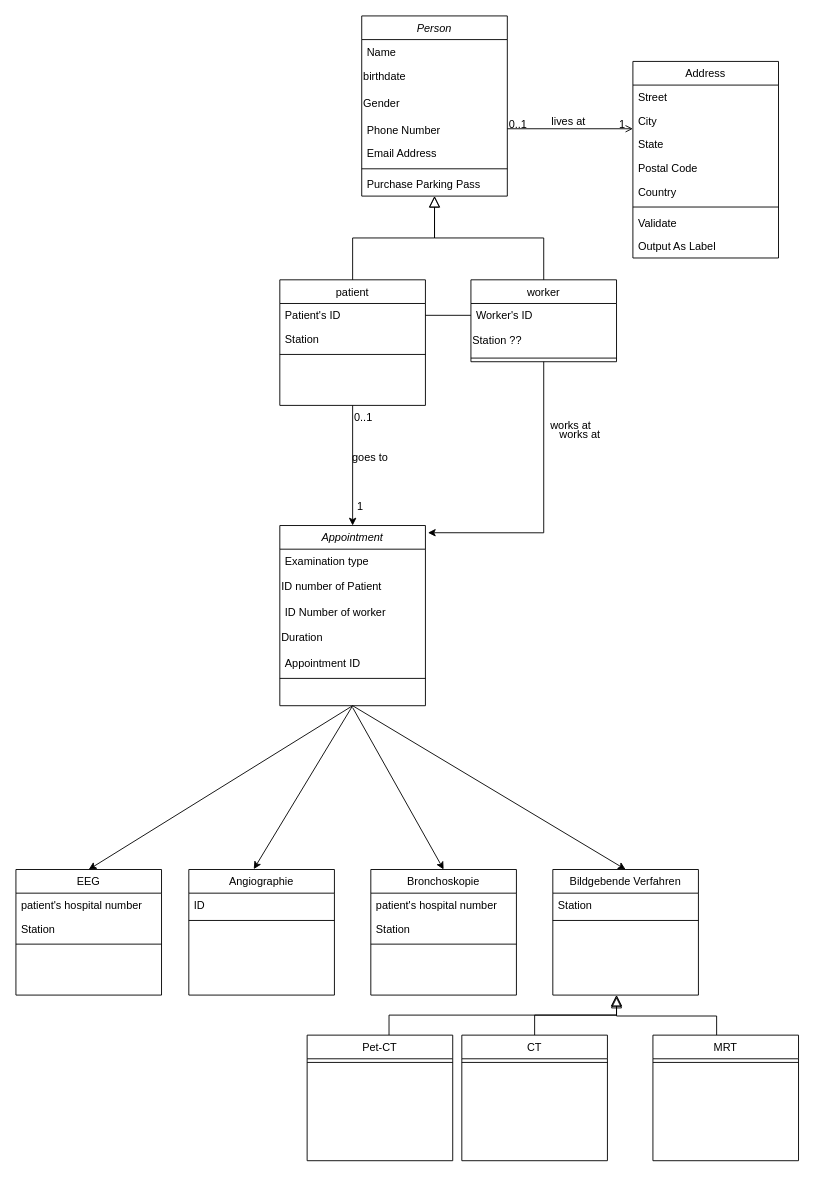
The draw.io diagram diagrams/medic_care_gps.drawio in SandrAdora/Medic_care_GPS, before the edit. Source tidied: cells renumbered, new cells numbered last; positions are measured from the earlier drawing's top-left corner, leaving out a move shared by most shapes. Both pictures are drawn from the tidied source at 91%, with x=0, y=0 at pixel (15, 15).
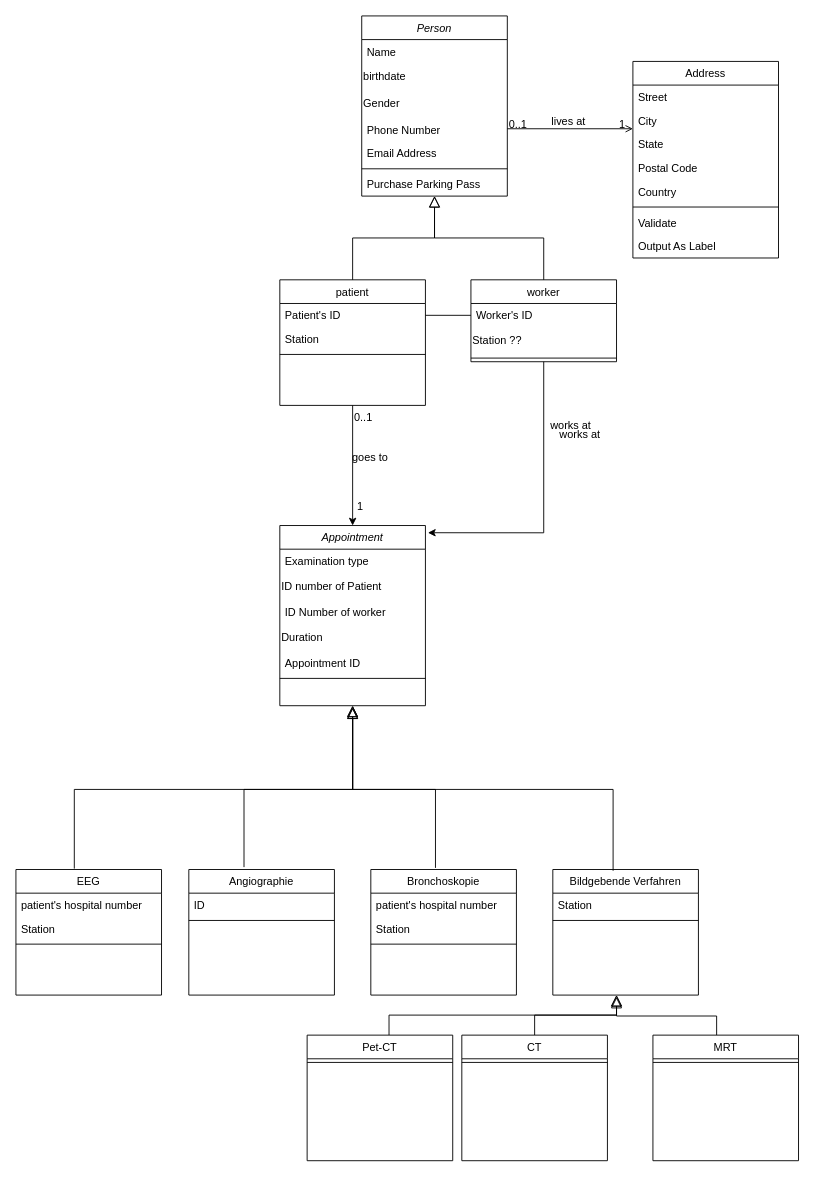
After the change.

Commit message:
created class diagram

The change refers to these unchanged cells:
```xml
<mxCell id="34" value="Appointment" style="swimlane;fontStyle=2;align=center;verticalAlign=top;horizontal=1;startSize=26;rounded=0;shadow=0;strokeWidth=1;" parent="1" vertex="1">
  <mxGeometry x="290" y="560" width="160" height="198" as="geometry" />
</mxCell>
<mxCell id="45" value="Angiographie" style="swimlane;fontStyle=0;align=center;verticalAlign=top;horizontal=1;startSize=26;rounded=0;shadow=0;strokeWidth=1;" parent="1" vertex="1">
  <mxGeometry x="190" y="938" width="160" height="138" as="geometry" />
</mxCell>
<mxCell id="48" value="Bronchoskopie" style="swimlane;fontStyle=0;align=center;verticalAlign=top;horizontal=1;startSize=26;rounded=0;shadow=0;strokeWidth=1;" parent="1" vertex="1">
  <mxGeometry x="390" y="938" width="160" height="138" as="geometry" />
</mxCell>
<mxCell id="52" value="Bildgebende Verfahren" style="swimlane;fontStyle=0;align=center;verticalAlign=top;horizontal=1;startSize=26;rounded=0;shadow=0;strokeWidth=1;" parent="1" vertex="1">
  <mxGeometry x="590" y="938" width="160" height="138" as="geometry" />
</mxCell>
<mxCell id="55" value="EEG" style="swimlane;fontStyle=0;align=center;verticalAlign=top;horizontal=1;startSize=26;rounded=0;shadow=0;strokeWidth=1;" parent="1" vertex="1">
  <mxGeometry y="938" width="160" height="138" as="geometry" />
</mxCell>
```

The edit, as a diff of the source:
```diff
@@
-    <mxCell id="60" style="endArrow=classic;html=1;rounded=0;exitX=0.5;exitY=1;exitDx=0;exitDy=0;entryX=0.5;entryY=0;entryDx=0;entryDy=0;" parent="1" edge="1" source="34" target="55">
-      <mxGeometry relative="1" as="geometry" />
-    </mxCell>
-    <mxCell id="61" style="endArrow=classic;html=1;rounded=0;exitX=0.5;exitY=1;exitDx=0;exitDy=0;entryX=0.446;entryY=-0.003;entryDx=0;entryDy=0;entryPerimeter=0;" parent="1" edge="1" source="34" target="45">
-      <mxGeometry relative="1" as="geometry" />
-    </mxCell>
-    <mxCell id="62" style="endArrow=classic;html=1;rounded=0;entryX=0.5;entryY=0;entryDx=0;entryDy=0;" parent="1" edge="1" target="48">
-      <mxGeometry relative="1" as="geometry">
-        <mxPoint x="370" y="760" as="sourcePoint" />
-      </mxGeometry>
-    </mxCell>
-    <mxCell id="63" style="endArrow=classic;html=1;rounded=0;exitX=0.5;exitY=1;exitDx=0;exitDy=0;entryX=0.5;entryY=0;entryDx=0;entryDy=0;" parent="1" edge="1" source="34" target="52">
-      <mxGeometry relative="1" as="geometry" />
-    </mxCell>
@@
+    <mxCell id="75" style="endArrow=block;endSize=10;endFill=0;shadow=0;strokeWidth=1;rounded=0;curved=0;edgeStyle=elbowEdgeStyle;elbow=vertical;entryX=0.5;entryY=1;entryDx=0;entryDy=0;exitX=0.401;exitY=-0.007;exitDx=0;exitDy=0;exitPerimeter=0;" parent="1" edge="1" source="55" target="34">
+      <mxGeometry relative="1" as="geometry">
+        <Array as="points">
+          <mxPoint x="220" y="850" />
+        </Array>
+      </mxGeometry>
+    </mxCell>
+    <mxCell id="76" style="endArrow=block;endSize=10;endFill=0;shadow=0;strokeWidth=1;rounded=0;curved=0;edgeStyle=elbowEdgeStyle;elbow=vertical;exitX=0.379;exitY=-0.019;exitDx=0;exitDy=0;exitPerimeter=0;" parent="1" edge="1" source="45">
+      <mxGeometry relative="1" as="geometry">
+        <mxPoint x="370" y="760" as="targetPoint" />
+        <Array as="points">
+          <mxPoint x="310" y="850" />
+          <mxPoint x="251" y="850" />
+          <mxPoint x="310" y="850" />
+        </Array>
+      </mxGeometry>
+    </mxCell>
+    <mxCell id="77" style="endArrow=block;endSize=10;endFill=0;shadow=0;strokeWidth=1;rounded=0;curved=0;edgeStyle=elbowEdgeStyle;elbow=vertical;exitX=0.444;exitY=-0.013;exitDx=0;exitDy=0;exitPerimeter=0;entryX=0.5;entryY=1;entryDx=0;entryDy=0;" parent="1" edge="1" source="48" target="34">
+      <mxGeometry relative="1" as="geometry">
+        <Array as="points">
+          <mxPoint x="420" y="850" />
+        </Array>
+      </mxGeometry>
+    </mxCell>
+    <mxCell id="78" style="endArrow=block;endSize=10;endFill=0;shadow=0;strokeWidth=1;rounded=0;curved=0;edgeStyle=elbowEdgeStyle;elbow=vertical;exitX=0.414;exitY=0.01;exitDx=0;exitDy=0;exitPerimeter=0;" parent="1" edge="1" source="52">
+      <mxGeometry relative="1" as="geometry">
+        <mxPoint x="370" y="760" as="targetPoint" />
+        <Array as="points">
+          <mxPoint x="510" y="850" />
+        </Array>
+      </mxGeometry>
+    </mxCell>
```
